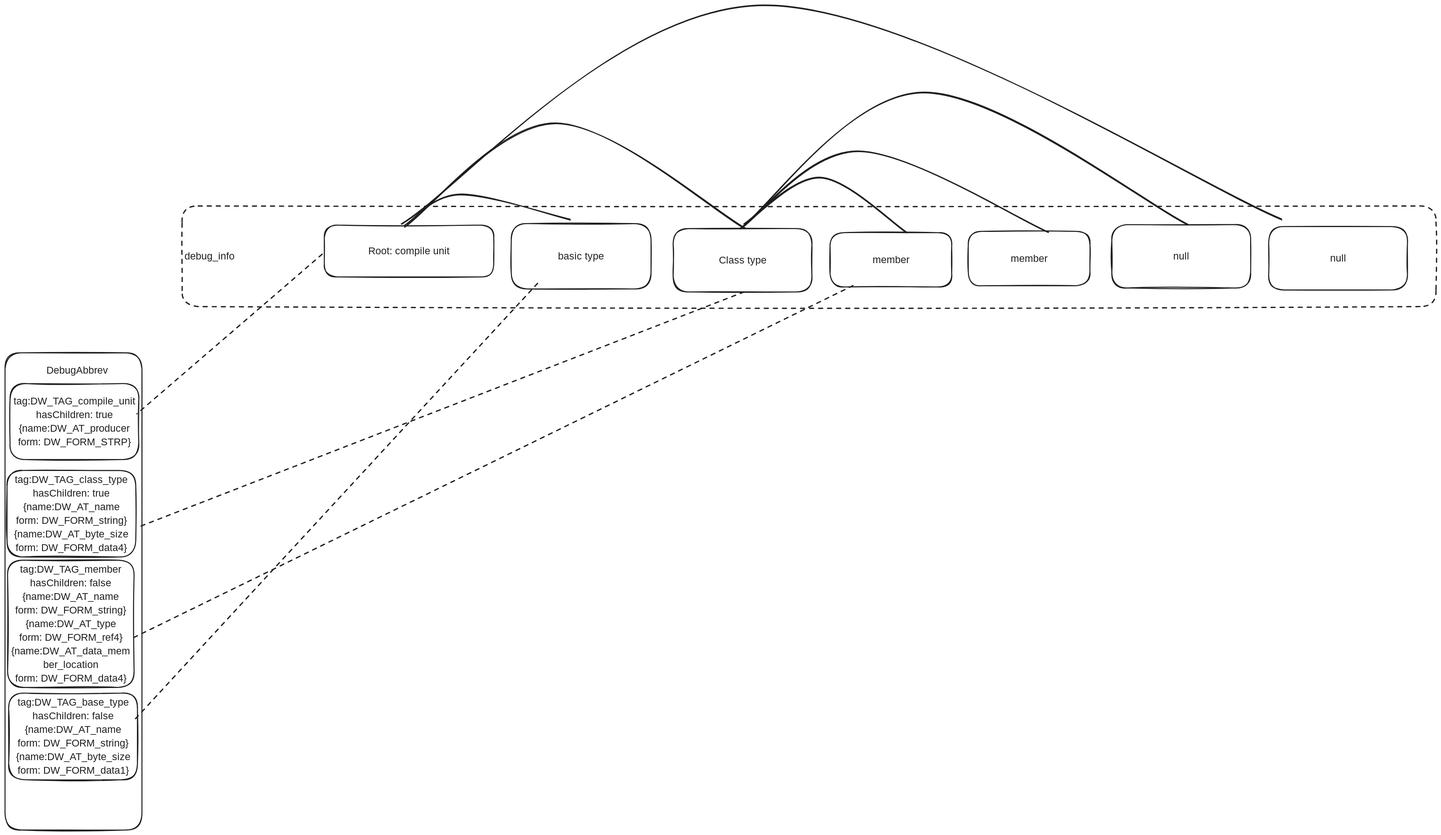
Above: docs/debug/debugSymbol.excalidraw.svg in wasm-ecosystem/warpo (Excalidraw), before the change. Source tidied: one line per element, renumbered; positions are measured from the earlier drawing's top-left corner, leaving out a move shared by most shapes.
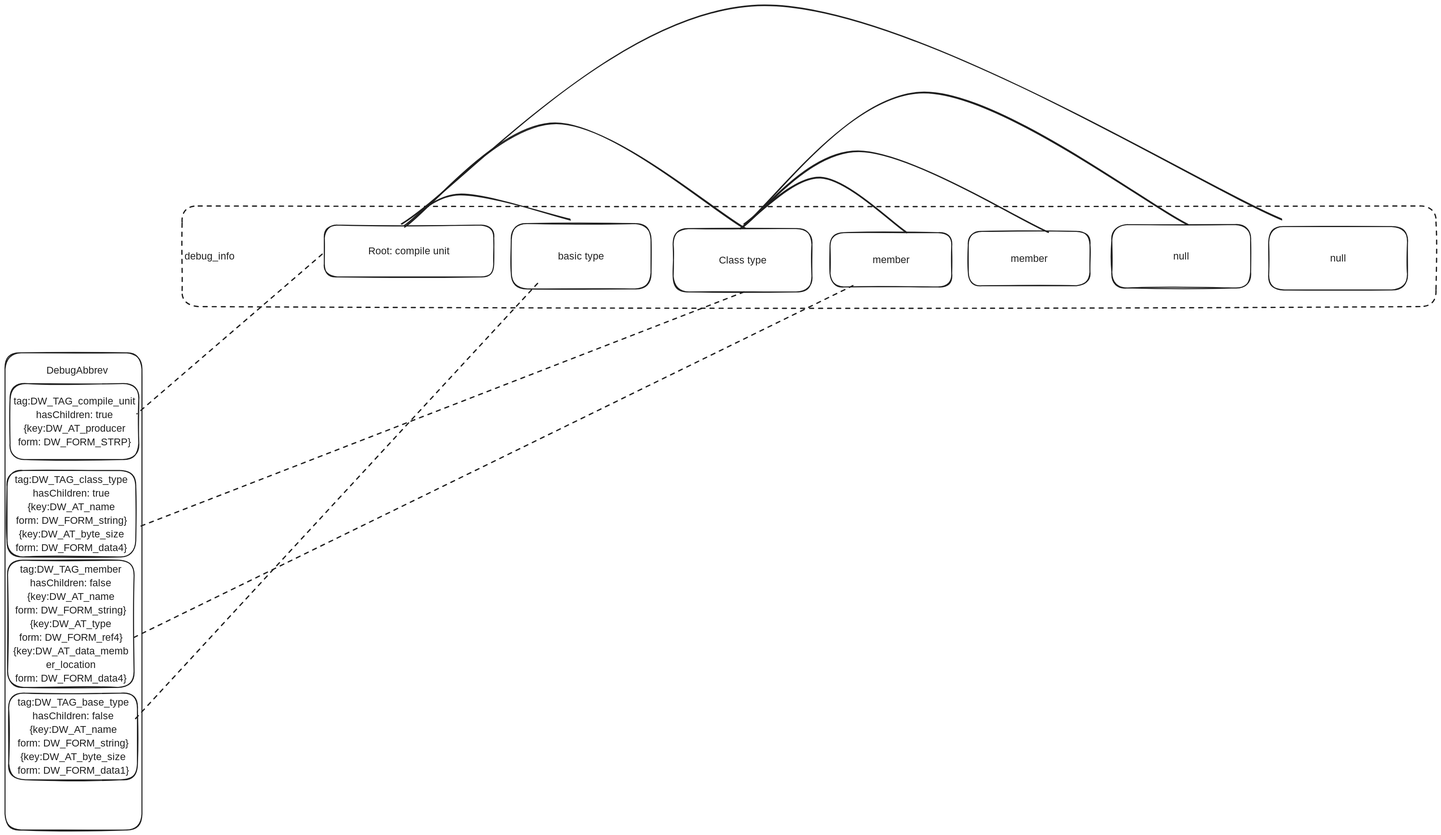
Above is the later version.

What changed in the source:
```diff
@@ -3,16 +3,16 @@
 {"id": 2, "type": "rectangle", "strokeColor": "#1e1e1e", "strokeWidth": 2, "roughness": 1, "round": true, "x": 0, "y": 691, "width": 272, "height": 948}
 {"id": 3, "type": "text", "text": "DebugAbbrev", "strokeColor": "#1e1e1e", "strokeWidth": 2, "roughness": 1, "fontSize": 20, "fontFamily": 6, "x": 82, "y": 712, "width": 127, "height": 27}
 {"id": 4, "type": "rectangle", "strokeColor": "#1e1e1e", "strokeWidth": 2, "roughness": 1, "round": true, "x": 10, "y": 752, "width": 256, "height": 151}
-{"id": 5, "type": "text", "text": "tag:DW_TAG_compile_unit\nhasChildren: true\n{name:DW_AT_producer\nform: DW_FORM_STRP}", "strokeColor": "#1e1e1e", "strokeWidth": 2, "strokeStyle": "dashed", "roughness": 1, "fontSize": 20, "fontFamily": 6, "textAlign": "center", "verticalAlign": "middle", "inside": 4, "x": 17, "y": 773, "width": 243, "height": 108}
+{"id": 5, "type": "text", "text": "tag:DW_TAG_compile_unit\nhasChildren: true\n{key:DW_AT_producer\nform: DW_FORM_STRP}", "strokeColor": "#1e1e1e", "strokeWidth": 2, "strokeStyle": "dashed", "roughness": 1, "fontSize": 20, "fontFamily": 6, "textAlign": "center", "verticalAlign": "middle", "inside": 4, "x": 17, "y": 773, "width": 243, "height": 108}
 {"id": 6, "type": "line", "strokeColor": "#1e1e1e", "strokeWidth": 2, "strokeStyle": "dashed", "roughness": 1, "round": true, "x": 630, "y": 494, "width": 367, "height": 318, "points": [[0, 0], [-367, 318]]}
 {"id": 7, "type": "rectangle", "strokeColor": "#1e1e1e", "strokeWidth": 2, "strokeStyle": "dashed", "roughness": 1, "round": true, "x": 352, "y": 399, "width": 2494, "height": 200}
 {"id": 8, "type": "text", "text": "debug_info", "strokeColor": "#1e1e1e", "strokeWidth": 2, "strokeStyle": "dashed", "roughness": 1, "fontSize": 20, "fontFamily": 6, "verticalAlign": "middle", "inside": 7, "x": 357, "y": 485, "width": 101, "height": 27}
 {"id": 9, "type": "rectangle", "strokeColor": "#1e1e1e", "strokeWidth": 2, "roughness": 1, "round": true, "x": 4, "y": 924, "width": 256, "height": 172}
-{"id": 10, "type": "text", "text": "tag:DW_TAG_class_type\nhasChildren: true\n{name:DW_AT_name\nform: DW_FORM_string}\n{name:DW_AT_byte_size\nform: DW_FORM_data4}", "strokeColor": "#1e1e1e", "strokeWidth": 2, "strokeStyle": "dashed", "roughness": 1, "fontSize": 20, "fontFamily": 6, "textAlign": "center", "verticalAlign": "middle", "inside": 9, "x": 19, "y": 929, "width": 226, "height": 162}
+{"id": 10, "type": "text", "text": "tag:DW_TAG_class_type\nhasChildren: true\n{key:DW_AT_name\nform: DW_FORM_string}\n{key:DW_AT_byte_size\nform: DW_FORM_data4}", "strokeColor": "#1e1e1e", "strokeWidth": 2, "strokeStyle": "dashed", "roughness": 1, "fontSize": 20, "fontFamily": 6, "textAlign": "center", "verticalAlign": "middle", "inside": 9, "x": 20, "y": 929, "width": 224, "height": 162}
 {"id": 11, "type": "rectangle", "strokeColor": "#1e1e1e", "strokeWidth": 2, "roughness": 1, "round": true, "x": 5, "y": 1103, "width": 252, "height": 253}
-{"id": 12, "type": "text", "text": "tag:DW_TAG_member\nhasChildren: false\n{name:DW_AT_name\nform: DW_FORM_string}\n{name:DW_AT_type\nform: DW_FORM_ref4}\n{name:DW_AT_data_mem\nber_location\nform: DW_FORM_data4}", "strokeColor": "#1e1e1e", "strokeWidth": 2, "strokeStyle": "dashed", "roughness": 1, "fontSize": 20, "fontFamily": 6, "textAlign": "center", "verticalAlign": "middle", "inside": 11, "x": 12, "y": 1108, "width": 237, "height": 243}
+{"id": 12, "type": "text", "text": "tag:DW_TAG_member\nhasChildren: false\n{key:DW_AT_name\nform: DW_FORM_string}\n{key:DW_AT_type\nform: DW_FORM_ref4}\n{key:DW_AT_data_memb\ner_location\nform: DW_FORM_data4}", "strokeColor": "#1e1e1e", "strokeWidth": 2, "strokeStyle": "dashed", "roughness": 1, "fontSize": 20, "fontFamily": 6, "textAlign": "center", "verticalAlign": "middle", "inside": 11, "x": 16, "y": 1108, "width": 229, "height": 243}
 {"id": 13, "type": "rectangle", "strokeColor": "#1e1e1e", "strokeWidth": 2, "roughness": 1, "round": true, "x": 7, "y": 1367, "width": 256, "height": 172}
-{"id": 14, "type": "text", "text": "tag:DW_TAG_base_type\nhasChildren: false\n{name:DW_AT_name\nform: DW_FORM_string}\n{name:DW_AT_byte_size\nform: DW_FORM_data1}", "strokeColor": "#1e1e1e", "strokeWidth": 2, "strokeStyle": "dashed", "roughness": 1, "fontSize": 20, "fontFamily": 6, "textAlign": "center", "verticalAlign": "middle", "inside": 13, "x": 22, "y": 1372, "width": 226, "height": 162}
+{"id": 14, "type": "text", "text": "tag:DW_TAG_base_type\nhasChildren: false\n{key:DW_AT_name\nform: DW_FORM_string}\n{key:DW_AT_byte_size\nform: DW_FORM_data1}", "strokeColor": "#1e1e1e", "strokeWidth": 2, "strokeStyle": "dashed", "roughness": 1, "fontSize": 20, "fontFamily": 6, "textAlign": "center", "verticalAlign": "middle", "inside": 13, "x": 23, "y": 1372, "width": 224, "height": 162}
 {"id": 15, "type": "rectangle", "strokeColor": "#1e1e1e", "strokeWidth": 2, "roughness": 1, "round": true, "x": 1329, "y": 444, "width": 276, "height": 126}
 {"id": 16, "type": "text", "text": "Class type", "strokeColor": "#1e1e1e", "strokeWidth": 2, "roughness": 1, "fontSize": 20, "fontFamily": 6, "textAlign": "center", "verticalAlign": "middle", "inside": 15, "x": 1419, "y": 493, "width": 95, "height": 27}
 {"id": 17, "type": "rectangle", "strokeColor": "#1e1e1e", "strokeWidth": 2, "roughness": 1, "round": true, "x": 2513, "y": 440, "width": 276, "height": 126}
```
